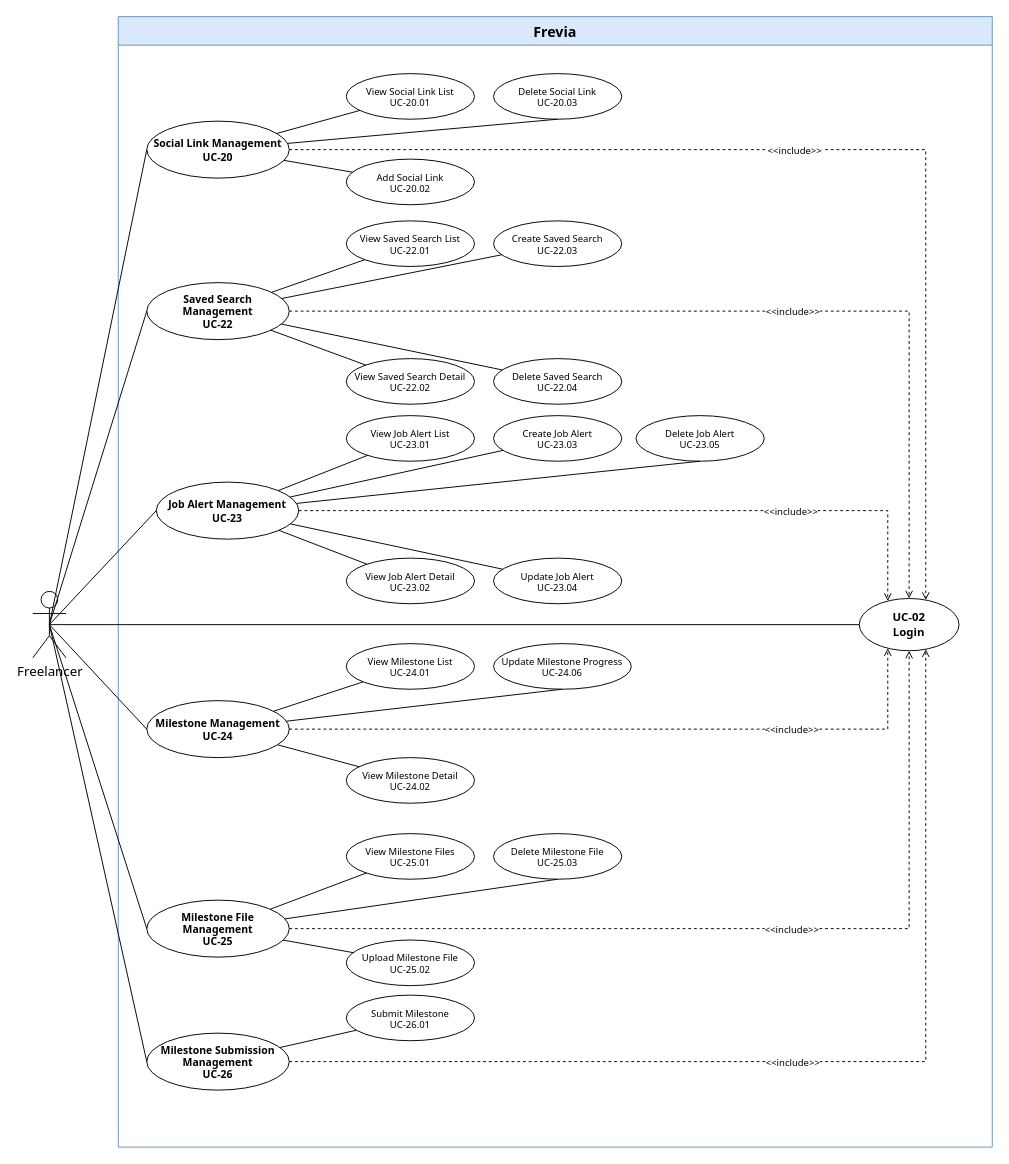
Before: page "Freelancer 5/7" (5 of 7) of uc-diagrams/Freelancer.drawio in Thunggg/Frevia, a draw.io diagram. Source tidied: cells renumbered, new cells numbered last; positions are measured from the earlier drawing's top-left corner, leaving out a move shared by most shapes. Both pictures are drawn from the tidied source at 95%, with x=0, y=0 at pixel (32, 16).
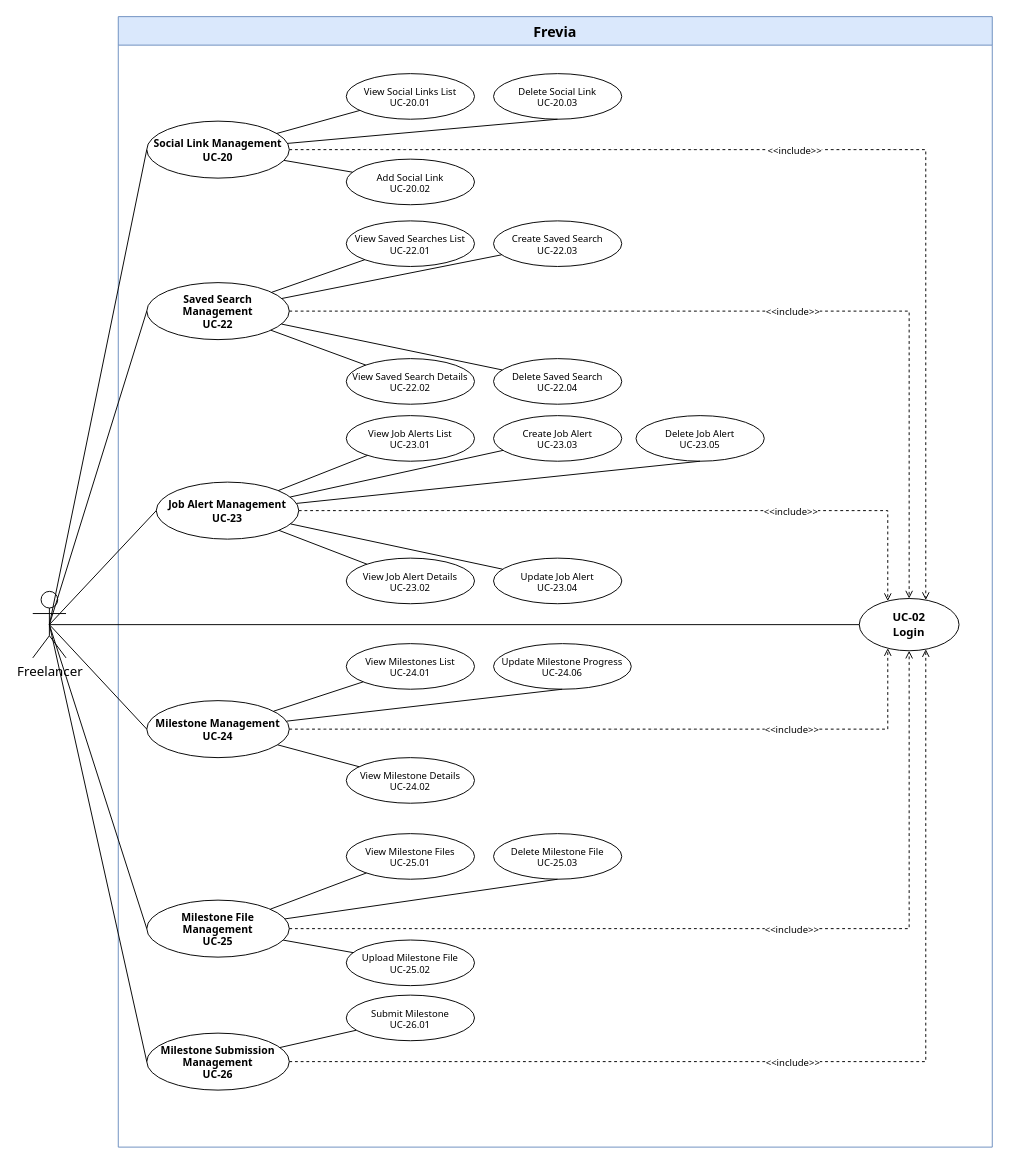
The same page after the edit.

Unchanged cells that the change refers to:
```xml
<mxCell id="2" value="Frevia" style="swimlane;whiteSpace=wrap;html=1;startSize=30;fontSize=15;fontFamily=Tahoma;fontStyle=1;fillColor=#dae8fc;strokeColor=#6c8ebf;" parent="1" vertex="1">
  <mxGeometry x="90" width="920" height="1190" as="geometry" />
</mxCell>
```

What changed in the source:
```diff
@@
-    <mxCell id="5" value="View Social Link List&#10;UC-20.01" style="ellipse;whiteSpace=wrap;html=1;fontSize=10;fontFamily=Tahoma;fillColor=#ffffff;strokeColor=#000000;" parent="2" vertex="1">
+    <mxCell id="5" value="View Social Links List&#10;UC-20.01" style="ellipse;whiteSpace=wrap;html=1;fontSize=10;fontFamily=Tahoma;fillColor=#ffffff;strokeColor=#000000;" parent="2" vertex="1">
       <mxGeometry x="240" y="60" width="135" height="48" as="geometry" />
     </mxCell>
@@
-    <mxCell id="12" value="View Saved Search List&#10;UC-22.01" style="ellipse;whiteSpace=wrap;html=1;fontSize=10;fontFamily=Tahoma;fillColor=#ffffff;strokeColor=#000000;" parent="2" vertex="1">
+    <mxCell id="12" value="View Saved Searches List&#10;UC-22.01" style="ellipse;whiteSpace=wrap;html=1;fontSize=10;fontFamily=Tahoma;fillColor=#ffffff;strokeColor=#000000;" parent="2" vertex="1">
       <mxGeometry x="240" y="215" width="135" height="48" as="geometry" />
     </mxCell>
-    <mxCell id="13" value="View Saved Search Detail&#10;UC-22.02" style="ellipse;whiteSpace=wrap;html=1;fontSize=10;fontFamily=Tahoma;fillColor=#ffffff;strokeColor=#000000;" parent="2" vertex="1">
+    <mxCell id="13" value="View Saved Search Details&#10;UC-22.02" style="ellipse;whiteSpace=wrap;html=1;fontSize=10;fontFamily=Tahoma;fillColor=#ffffff;strokeColor=#000000;" parent="2" vertex="1">
       <mxGeometry x="240" y="360" width="135" height="48" as="geometry" />
     </mxCell>
@@
-    <mxCell id="21" value="View Job Alert List&#10;UC-23.01" style="ellipse;whiteSpace=wrap;html=1;fontSize=10;fontFamily=Tahoma;fillColor=#ffffff;strokeColor=#000000;" parent="2" vertex="1">
+    <mxCell id="21" value="View Job Alerts List&#10;UC-23.01" style="ellipse;whiteSpace=wrap;html=1;fontSize=10;fontFamily=Tahoma;fillColor=#ffffff;strokeColor=#000000;" parent="2" vertex="1">
       <mxGeometry x="240" y="420" width="135" height="48" as="geometry" />
     </mxCell>
-    <mxCell id="22" value="View Job Alert Detail&#10;UC-23.02" style="ellipse;whiteSpace=wrap;html=1;fontSize=10;fontFamily=Tahoma;fillColor=#ffffff;strokeColor=#000000;" parent="2" vertex="1">
+    <mxCell id="22" value="View Job Alert Details&#10;UC-23.02" style="ellipse;whiteSpace=wrap;html=1;fontSize=10;fontFamily=Tahoma;fillColor=#ffffff;strokeColor=#000000;" parent="2" vertex="1">
       <mxGeometry x="240" y="570" width="135" height="48" as="geometry" />
     </mxCell>
@@
-    <mxCell id="32" value="View Milestone List&#10;UC-24.01" style="ellipse;whiteSpace=wrap;html=1;fontSize=10;fontFamily=Tahoma;fillColor=#ffffff;strokeColor=#000000;" parent="2" vertex="1">
+    <mxCell id="32" value="View Milestones List&#10;UC-24.01" style="ellipse;whiteSpace=wrap;html=1;fontSize=10;fontFamily=Tahoma;fillColor=#ffffff;strokeColor=#000000;" parent="2" vertex="1">
       <mxGeometry x="240" y="660" width="135" height="48" as="geometry" />
     </mxCell>
-    <mxCell id="33" value="View Milestone Detail&#10;UC-24.02" style="ellipse;whiteSpace=wrap;html=1;fontSize=10;fontFamily=Tahoma;fillColor=#ffffff;strokeColor=#000000;" parent="2" vertex="1">
+    <mxCell id="33" value="View Milestone Details&#10;UC-24.02" style="ellipse;whiteSpace=wrap;html=1;fontSize=10;fontFamily=Tahoma;fillColor=#ffffff;strokeColor=#000000;" parent="2" vertex="1">
       <mxGeometry x="240" y="780" width="135" height="48" as="geometry" />
     </mxCell>
```
